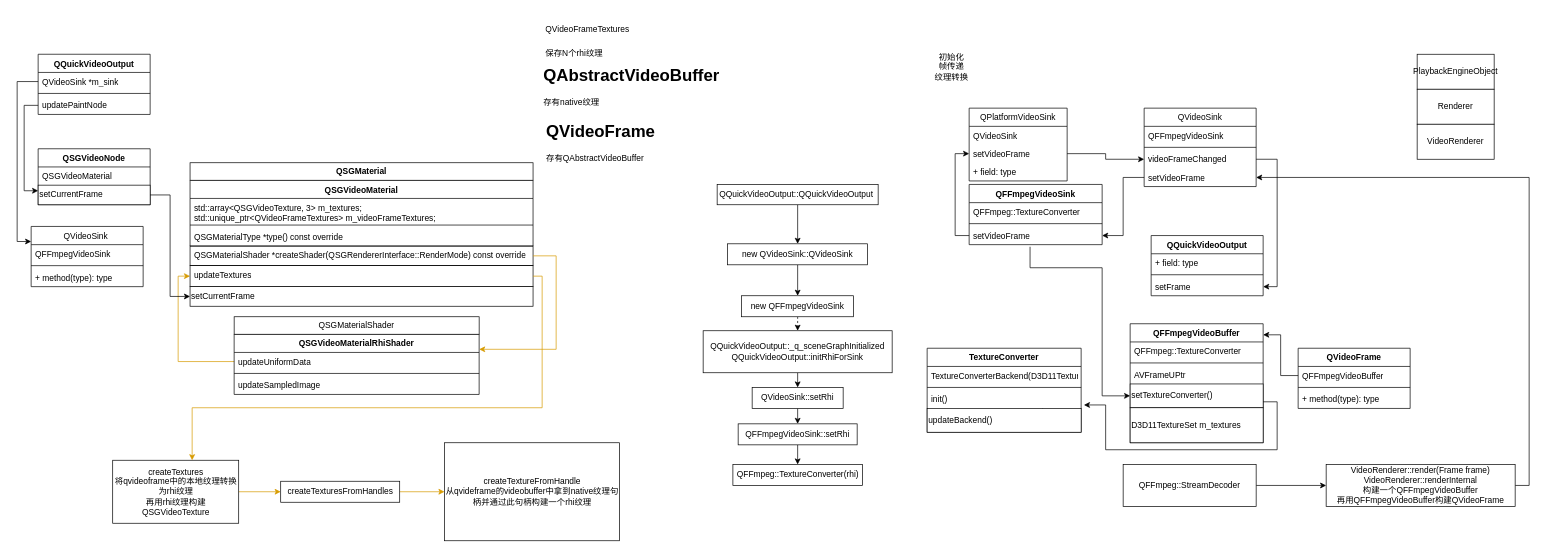
Earlier version of the draw.io diagram qsgvideonode.drawio (dosmlp/drawio). Source tidied: cells renumbered, new cells numbered last; positions are measured from the earlier drawing's top-left corner, leaving out a move shared by most shapes. Both pictures are drawn from the tidied source at 70%, with x=0, y=0 at pixel (24, 12).
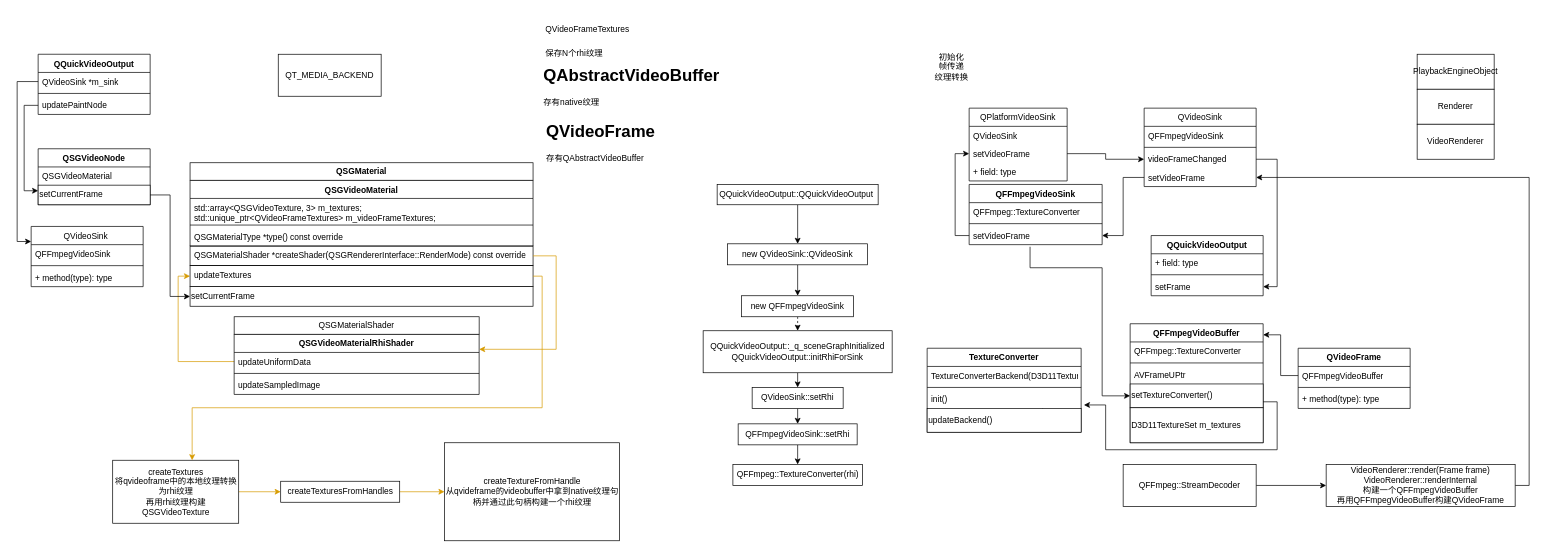
The same diagram, later.

Diff of the diagram source:
```diff
@@
+    <mxCell id="104" value="QT_MEDIA_BACKEND" style="rounded=0;whiteSpace=wrap;html=1;" parent="1" vertex="1">
+      <mxGeometry x="363" y="60" width="147" height="60" as="geometry" />
+    </mxCell>
```
